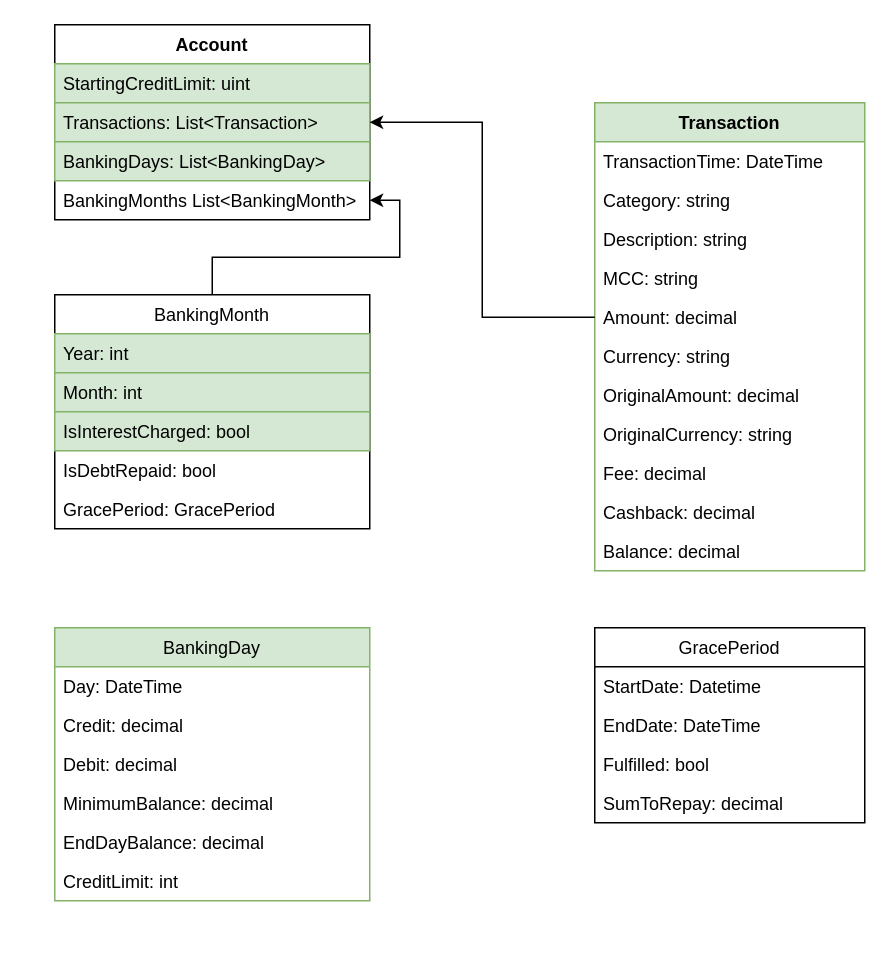
Before: Діаграма без назви.drawio in Yarkhimed/PercentageCalculator, a draw.io diagram. Source tidied: cells renumbered, new cells numbered last; positions are measured from the earlier drawing's top-left corner, leaving out a move shared by most shapes. Both pictures are drawn from the tidied source at 150%, with x=0, y=0 at pixel (54, 24).
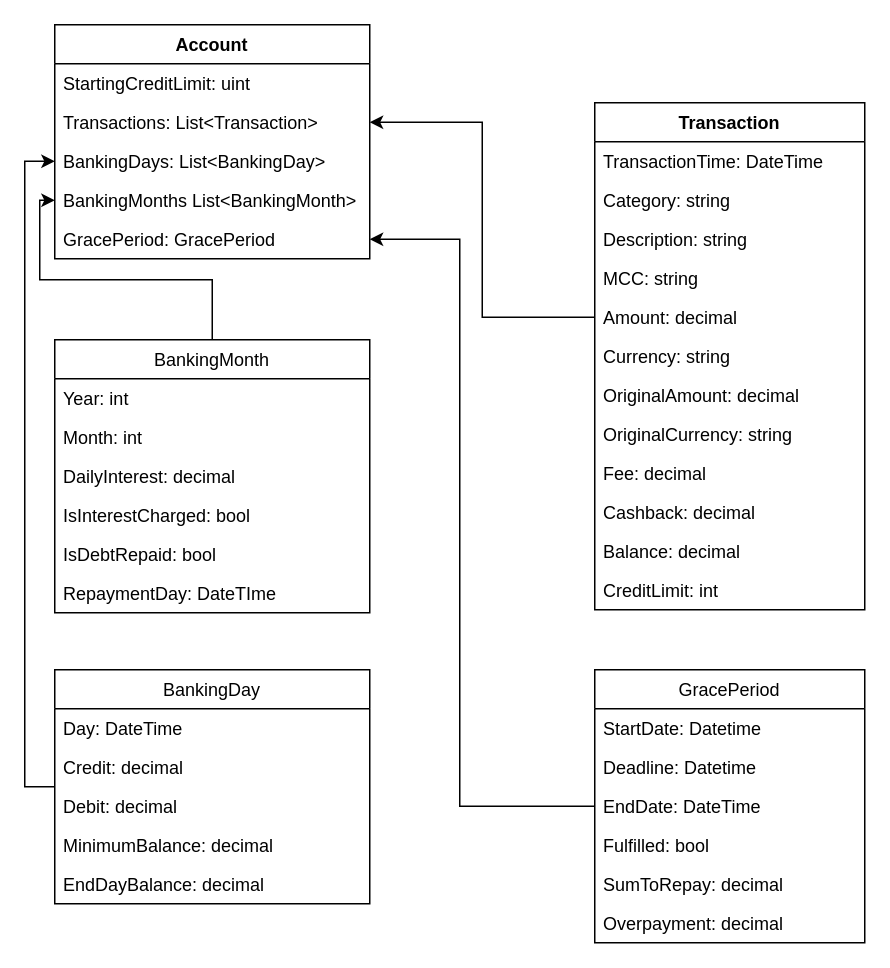
The same page after the edit.

What changed in the source:
```diff
@@
     <mxCell id="2" value="Account" style="swimlane;fontStyle=1;align=center;verticalAlign=top;horizontal=1;startSize=26;" parent="1" vertex="1">
-      <mxGeometry width="210" height="130" as="geometry" />
+      <mxGeometry width="210" height="156" as="geometry" />
     </mxCell>
-    <mxCell id="3" value="StartingCreditLimit: uint" style="text;strokeColor=#82b366;fillColor=#d5e8d4;align=left;verticalAlign=top;spacingLeft=4;spacingRight=4;overflow=hidden;" parent="2" vertex="1">
+    <mxCell id="3" value="StartingCreditLimit: uint" style="text;align=left;verticalAlign=top;spacingLeft=4;spacingRight=4;overflow=hidden;" parent="2" vertex="1">
       <mxGeometry y="26" width="210" height="26" as="geometry" />
     </mxCell>
-    <mxCell id="4" value="Transactions: List&lt;Transaction&gt;" style="text;strokeColor=#82b366;fillColor=#d5e8d4;align=left;verticalAlign=top;spacingLeft=4;spacingRight=4;overflow=hidden;points=[[0,0.5],[1,0.5]];portConstraint=eastwest;" parent="2" vertex="1">
+    <mxCell id="4" value="Transactions: List&lt;Transaction&gt;" style="text;align=left;verticalAlign=top;spacingLeft=4;spacingRight=4;overflow=hidden;points=[[0,0.5],[1,0.5]];portConstraint=eastwest;" parent="2" vertex="1">
       <mxGeometry y="52" width="210" height="26" as="geometry" />
     </mxCell>
-    <mxCell id="5" value="BankingDays: List&lt;BankingDay&gt;" style="text;strokeColor=#82b366;fillColor=#d5e8d4;align=left;verticalAlign=top;spacingLeft=4;spacingRight=4;overflow=hidden;points=[[0,0.5],[1,0.5]];portConstraint=eastwest;" parent="2" vertex="1">
+    <mxCell id="5" value="BankingDays: List&lt;BankingDay&gt;" style="text;align=left;verticalAlign=top;spacingLeft=4;spacingRight=4;overflow=hidden;points=[[0,0.5],[1,0.5]];portConstraint=eastwest;" parent="2" vertex="1">
       <mxGeometry y="78" width="210" height="26" as="geometry" />
     </mxCell>
-    <mxCell id="6" value="BankingMonths List&lt;BankingMonth&gt;" style="text;strokeColor=none;fillColor=none;align=left;verticalAlign=top;spacingLeft=4;spacingRight=4;overflow=hidden;points=[[0,0.5],[1,0.5]];portConstraint=eastwest;" parent="2" vertex="1">
+    <mxCell id="6" value="BankingMonths List&lt;BankingMonth&gt;" style="text;align=left;verticalAlign=top;spacingLeft=4;spacingRight=4;overflow=hidden;points=[[0,0.5],[1,0.5]];portConstraint=eastwest;" parent="2" vertex="1">
       <mxGeometry y="104" width="210" height="26" as="geometry" />
     </mxCell>
+    <mxCell id="25" value="GracePeriod: GracePeriod" style="text;align=left;verticalAlign=top;spacingLeft=4;spacingRight=4;overflow=hidden;points=[[0,0.5],[1,0.5]];portConstraint=eastwest;" parent="2" vertex="1">
+      <mxGeometry y="130" width="210" height="26" as="geometry" />
+    </mxCell>
-    <mxCell id="7" value="Transaction" style="swimlane;fontStyle=1;horizontal=1;startSize=26;fillColor=#d5e8d4;strokeColor=#82b366;" parent="1" vertex="1">
-      <mxGeometry x="360" y="52" width="180" height="312" as="geometry" />
+    <mxCell id="7" value="Transaction" style="swimlane;fontStyle=1;horizontal=1;startSize=26;" parent="1" vertex="1">
+      <mxGeometry x="360" y="52" width="180" height="338" as="geometry" />
     </mxCell>
-    <mxCell id="8" value="TransactionTime: DateTime    " style="text;strokeColor=none;fillColor=none;align=left;verticalAlign=top;spacingLeft=4;spacingRight=4;overflow=hidden;" parent="7" vertex="1">
+    <mxCell id="8" value="TransactionTime: DateTime    " style="text;align=left;verticalAlign=top;spacingLeft=4;spacingRight=4;overflow=hidden;" parent="7" vertex="1">
       <mxGeometry y="26" width="180" height="26" as="geometry" />
     </mxCell>
-    <mxCell id="9" value="Category: string" style="text;strokeColor=none;fillColor=none;align=left;verticalAlign=top;spacingLeft=4;spacingRight=4;overflow=hidden;" parent="7" vertex="1">
+    <mxCell id="9" value="Category: string" style="text;align=left;verticalAlign=top;spacingLeft=4;spacingRight=4;overflow=hidden;" parent="7" vertex="1">
       <mxGeometry y="52" width="180" height="26" as="geometry" />
     </mxCell>
-    <mxCell id="10" value="Description: string" style="text;strokeColor=none;fillColor=none;align=left;verticalAlign=top;spacingLeft=4;spacingRight=4;overflow=hidden;" parent="7" vertex="1">
+    <mxCell id="10" value="Description: string" style="text;align=left;verticalAlign=top;spacingLeft=4;spacingRight=4;overflow=hidden;" parent="7" vertex="1">
       <mxGeometry y="78" width="180" height="26" as="geometry" />
     </mxCell>
-    <mxCell id="11" value="MCC: string" style="text;strokeColor=none;fillColor=none;align=left;verticalAlign=top;spacingLeft=4;spacingRight=4;overflow=hidden;" parent="7" vertex="1">
+    <mxCell id="11" value="MCC: string" style="text;align=left;verticalAlign=top;spacingLeft=4;spacingRight=4;overflow=hidden;" parent="7" vertex="1">
       <mxGeometry y="104" width="180" height="26" as="geometry" />
     </mxCell>
-    <mxCell id="12" value="Amount: decimal" style="text;strokeColor=none;fillColor=none;align=left;verticalAlign=top;spacingLeft=4;spacingRight=4;overflow=hidden;points=[[0,0.5],[1,0.5]];portConstraint=eastwest;" parent="7" vertex="1">
+    <mxCell id="12" value="Amount: decimal" style="text;align=left;verticalAlign=top;spacingLeft=4;spacingRight=4;overflow=hidden;points=[[0,0.5],[1,0.5]];portConstraint=eastwest;" parent="7" vertex="1">
       <mxGeometry y="130" width="180" height="26" as="geometry" />
     </mxCell>
-    <mxCell id="13" value="Currency: string" style="text;strokeColor=none;fillColor=none;align=left;verticalAlign=top;spacingLeft=4;spacingRight=4;overflow=hidden;" parent="7" vertex="1">
+    <mxCell id="13" value="Currency: string" style="text;align=left;verticalAlign=top;spacingLeft=4;spacingRight=4;overflow=hidden;" parent="7" vertex="1">
       <mxGeometry y="156" width="180" height="26" as="geometry" />
     </mxCell>
-    <mxCell id="14" value="OriginalAmount: decimal" style="text;strokeColor=none;fillColor=none;align=left;verticalAlign=top;spacingLeft=4;spacingRight=4;overflow=hidden;" parent="7" vertex="1">
+    <mxCell id="14" value="OriginalAmount: decimal" style="text;align=left;verticalAlign=top;spacingLeft=4;spacingRight=4;overflow=hidden;" parent="7" vertex="1">
       <mxGeometry y="182" width="180" height="26" as="geometry" />
     </mxCell>
-    <mxCell id="15" value="OriginalCurrency: string" style="text;strokeColor=none;fillColor=none;align=left;verticalAlign=top;spacingLeft=4;spacingRight=4;overflow=hidden;" parent="7" vertex="1">
+    <mxCell id="15" value="OriginalCurrency: string" style="text;align=left;verticalAlign=top;spacingLeft=4;spacingRight=4;overflow=hidden;" parent="7" vertex="1">
       <mxGeometry y="208" width="180" height="26" as="geometry" />
     </mxCell>
-    <mxCell id="16" value="Fee: decimal" style="text;strokeColor=none;fillColor=none;align=left;verticalAlign=top;spacingLeft=4;spacingRight=4;overflow=hidden;" parent="7" vertex="1">
+    <mxCell id="16" value="Fee: decimal" style="text;align=left;verticalAlign=top;spacingLeft=4;spacingRight=4;overflow=hidden;" parent="7" vertex="1">
       <mxGeometry y="234" width="180" height="26" as="geometry" />
     </mxCell>
-    <mxCell id="17" value="Cashback: decimal" style="text;strokeColor=none;fillColor=none;align=left;verticalAlign=top;spacingLeft=4;spacingRight=4;overflow=hidden;" parent="7" vertex="1">
+    <mxCell id="17" value="Cashback: decimal" style="text;align=left;verticalAlign=top;spacingLeft=4;spacingRight=4;overflow=hidden;" parent="7" vertex="1">
       <mxGeometry y="260" width="180" height="26" as="geometry" />
     </mxCell>
-    <mxCell id="18" value="Balance: decimal" style="text;strokeColor=none;fillColor=none;align=left;verticalAlign=top;spacingLeft=4;spacingRight=4;overflow=hidden;" parent="7" vertex="1">
+    <mxCell id="18" value="Balance: decimal" style="text;align=left;verticalAlign=top;spacingLeft=4;spacingRight=4;overflow=hidden;" parent="7" vertex="1">
       <mxGeometry y="286" width="180" height="26" as="geometry" />
     </mxCell>
+    <mxCell id="33" value="CreditLimit: int" style="text;align=left;verticalAlign=top;spacingLeft=4;spacingRight=4;overflow=hidden;" parent="7" vertex="1">
+      <mxGeometry y="312" width="180" height="26" as="geometry" />
+    </mxCell>
     <mxCell id="19" style="edgeStyle=orthogonalEdgeStyle;rounded=0;jettySize=auto;html=1;" parent="1" edge="1" source="20" target="6">
-      <mxGeometry relative="1" as="geometry" />
+      <mxGeometry relative="1" as="geometry">
+        <Array as="points">
+          <mxPoint x="105" y="170" />
+          <mxPoint x="-10" y="170" />
+          <mxPoint x="-10" y="117" />
+        </Array>
+      </mxGeometry>
     </mxCell>
-    <mxCell id="20" value="BankingMonth" style="swimlane;fontStyle=0;horizontal=1;startSize=26;fillColor=none;" parent="1" vertex="1">
-      <mxGeometry y="180" width="210" height="156" as="geometry" />
+    <mxCell id="20" value="BankingMonth" style="swimlane;fontStyle=0;horizontal=1;startSize=26;" parent="1" vertex="1">
+      <mxGeometry y="210" width="210" height="182" as="geometry" />
     </mxCell>
-    <mxCell id="21" value="Year: int" style="text;strokeColor=#82b366;fillColor=#d5e8d4;align=left;verticalAlign=top;spacingLeft=4;spacingRight=4;overflow=hidden;" parent="20" vertex="1">
+    <mxCell id="21" value="Year: int" style="text;align=left;verticalAlign=top;spacingLeft=4;spacingRight=4;overflow=hidden;" parent="20" vertex="1">
       <mxGeometry y="26" width="210" height="26" as="geometry" />
     </mxCell>
-    <mxCell id="22" value="Month: int" style="text;strokeColor=#82b366;fillColor=#d5e8d4;align=left;verticalAlign=top;spacingLeft=4;spacingRight=4;overflow=hidden;" parent="20" vertex="1">
+    <mxCell id="22" value="Month: int" style="text;align=left;verticalAlign=top;spacingLeft=4;spacingRight=4;overflow=hidden;" parent="20" vertex="1">
       <mxGeometry y="52" width="210" height="26" as="geometry" />
     </mxCell>
+    <mxCell id="39" value="DailyInterest: decimal" style="text;align=left;verticalAlign=top;spacingLeft=4;spacingRight=4;overflow=hidden;" parent="20" vertex="1">
+      <mxGeometry y="78" width="210" height="26" as="geometry" />
+    </mxCell>
-    <mxCell id="23" value="IsInterestCharged: bool" style="text;strokeColor=#82b366;fillColor=#d5e8d4;align=left;verticalAlign=top;spacingLeft=4;spacingRight=4;overflow=hidden;" parent="20" vertex="1">
-      <mxGeometry y="78" width="210" height="26" as="geometry" />
+    <mxCell id="23" value="IsInterestCharged: bool" style="text;align=left;verticalAlign=top;spacingLeft=4;spacingRight=4;overflow=hidden;" parent="20" vertex="1">
+      <mxGeometry y="104" width="210" height="26" as="geometry" />
     </mxCell>
-    <mxCell id="24" value="IsDebtRepaid: bool" style="text;strokeColor=none;fillColor=none;align=left;verticalAlign=top;spacingLeft=4;spacingRight=4;overflow=hidden;" parent="20" vertex="1">
-      <mxGeometry y="104" width="210" height="26" as="geometry" />
+    <mxCell id="24" value="IsDebtRepaid: bool" style="text;align=left;verticalAlign=top;spacingLeft=4;spacingRight=4;overflow=hidden;" parent="20" vertex="1">
+      <mxGeometry y="130" width="210" height="26" as="geometry" />
     </mxCell>
-    <mxCell id="25" value="GracePeriod: GracePeriod" style="text;strokeColor=none;fillColor=none;align=left;verticalAlign=top;spacingLeft=4;spacingRight=4;overflow=hidden;points=[[0,0.5],[1,0.5]];portConstraint=eastwest;" parent="20" vertex="1">
-      <mxGeometry y="130" width="210" height="26" as="geometry" />
-    </mxCell>
+    <mxCell id="40" value="RepaymentDay: DateTIme" style="text;align=left;verticalAlign=top;spacingLeft=4;spacingRight=4;overflow=hidden;" parent="20" vertex="1">
+      <mxGeometry y="156" width="210" height="26" as="geometry" />
+    </mxCell>
@@
+    <mxCell id="41" style="edgeStyle=orthogonalEdgeStyle;rounded=0;jettySize=auto;html=1;entryX=0;entryY=0.5;entryDx=0;entryDy=0;" parent="1" edge="1" source="27" target="5">
+      <mxGeometry relative="1" as="geometry">
+        <Array as="points">
+          <mxPoint x="-20" y="508" />
+          <mxPoint x="-20" y="91" />
+        </Array>
+      </mxGeometry>
+    </mxCell>
-    <mxCell id="27" value="BankingDay" style="swimlane;fontStyle=0;horizontal=1;startSize=26;fillColor=#d5e8d4;strokeColor=#82b366;" parent="1" vertex="1">
-      <mxGeometry y="402" width="210" height="182" as="geometry" />
+    <mxCell id="27" value="BankingDay" style="swimlane;fontStyle=0;horizontal=1;startSize=26;" parent="1" vertex="1">
+      <mxGeometry y="430" width="210" height="156" as="geometry" />
     </mxCell>
-    <mxCell id="28" value="Day: DateTime" style="text;strokeColor=none;fillColor=none;align=left;verticalAlign=top;spacingLeft=4;spacingRight=4;overflow=hidden;" parent="27" vertex="1">
+    <mxCell id="28" value="Day: DateTime" style="text;align=left;verticalAlign=top;spacingLeft=4;spacingRight=4;overflow=hidden;" parent="27" vertex="1">
       <mxGeometry y="26" width="210" height="26" as="geometry" />
     </mxCell>
-    <mxCell id="29" value="Credit: decimal" style="text;strokeColor=none;fillColor=none;align=left;verticalAlign=top;spacingLeft=4;spacingRight=4;overflow=hidden;" parent="27" vertex="1">
+    <mxCell id="29" value="Credit: decimal" style="text;align=left;verticalAlign=top;spacingLeft=4;spacingRight=4;overflow=hidden;" parent="27" vertex="1">
       <mxGeometry y="52" width="210" height="26" as="geometry" />
     </mxCell>
-    <mxCell id="30" value="Debit: decimal" style="text;strokeColor=none;fillColor=none;align=left;verticalAlign=top;spacingLeft=4;spacingRight=4;overflow=hidden;" parent="27" vertex="1">
+    <mxCell id="30" value="Debit: decimal" style="text;align=left;verticalAlign=top;spacingLeft=4;spacingRight=4;overflow=hidden;" parent="27" vertex="1">
       <mxGeometry y="78" width="210" height="26" as="geometry" />
     </mxCell>
-    <mxCell id="31" value="MinimumBalance: decimal" style="text;strokeColor=none;fillColor=none;align=left;verticalAlign=top;spacingLeft=4;spacingRight=4;overflow=hidden;" parent="27" vertex="1">
+    <mxCell id="31" value="MinimumBalance: decimal" style="text;align=left;verticalAlign=top;spacingLeft=4;spacingRight=4;overflow=hidden;" parent="27" vertex="1">
       <mxGeometry y="104" width="210" height="26" as="geometry" />
     </mxCell>
-    <mxCell id="32" value="EndDayBalance: decimal" style="text;strokeColor=none;fillColor=none;align=left;verticalAlign=top;spacingLeft=4;spacingRight=4;overflow=hidden;" parent="27" vertex="1">
+    <mxCell id="32" value="EndDayBalance: decimal" style="text;align=left;verticalAlign=top;spacingLeft=4;spacingRight=4;overflow=hidden;" parent="27" vertex="1">
       <mxGeometry y="130" width="210" height="26" as="geometry" />
     </mxCell>
-    <mxCell id="33" value="CreditLimit: int" style="text;strokeColor=none;fillColor=none;align=left;verticalAlign=top;spacingLeft=4;spacingRight=4;overflow=hidden;" parent="27" vertex="1">
-      <mxGeometry y="156" width="210" height="26" as="geometry" />
-    </mxCell>
+    <mxCell id="42" style="edgeStyle=orthogonalEdgeStyle;rounded=0;jettySize=auto;html=1;entryX=1;entryY=0.5;entryDx=0;entryDy=0;" parent="1" edge="1" source="34" target="25">
+      <mxGeometry relative="1" as="geometry">
+        <Array as="points">
+          <mxPoint x="270" y="521" />
+          <mxPoint x="270" y="143" />
+        </Array>
+      </mxGeometry>
+    </mxCell>
-    <mxCell id="34" value="GracePeriod" style="swimlane;fontStyle=0;horizontal=1;startSize=26;fillColor=none;" parent="1" vertex="1">
-      <mxGeometry x="360" y="402" width="180" height="130" as="geometry" />
+    <mxCell id="34" value="GracePeriod" style="swimlane;fontStyle=0;horizontal=1;startSize=26;" parent="1" vertex="1">
+      <mxGeometry x="360" y="430" width="180" height="182" as="geometry" />
     </mxCell>
-    <mxCell id="35" value="StartDate: Datetime" style="text;strokeColor=none;fillColor=none;align=left;verticalAlign=top;spacingLeft=4;spacingRight=4;overflow=hidden;" parent="34" vertex="1">
+    <mxCell id="35" value="StartDate: Datetime" style="text;align=left;verticalAlign=top;spacingLeft=4;spacingRight=4;overflow=hidden;" parent="34" vertex="1">
       <mxGeometry y="26" width="180" height="26" as="geometry" />
     </mxCell>
+    <mxCell id="43" value="Deadline: Datetime" style="text;align=left;verticalAlign=top;spacingLeft=4;spacingRight=4;overflow=hidden;" parent="34" vertex="1">
+      <mxGeometry y="52" width="180" height="26" as="geometry" />
+    </mxCell>
-    <mxCell id="36" value="EndDate: DateTime" style="text;strokeColor=none;fillColor=none;align=left;verticalAlign=top;spacingLeft=4;spacingRight=4;overflow=hidden;" parent="34" vertex="1">
-      <mxGeometry y="52" width="180" height="26" as="geometry" />
+    <mxCell id="36" value="EndDate: DateTime" style="text;align=left;verticalAlign=top;spacingLeft=4;spacingRight=4;overflow=hidden;" parent="34" vertex="1">
+      <mxGeometry y="78" width="180" height="26" as="geometry" />
     </mxCell>
-    <mxCell id="37" value="Fulfilled: bool" style="text;strokeColor=none;fillColor=none;align=left;verticalAlign=top;spacingLeft=4;spacingRight=4;overflow=hidden;" parent="34" vertex="1">
-      <mxGeometry y="78" width="180" height="26" as="geometry" />
+    <mxCell id="37" value="Fulfilled: bool" style="text;align=left;verticalAlign=top;spacingLeft=4;spacingRight=4;overflow=hidden;" parent="34" vertex="1">
+      <mxGeometry y="104" width="180" height="26" as="geometry" />
     </mxCell>
-    <mxCell id="38" value="SumToRepay: decimal" style="text;strokeColor=none;fillColor=none;align=left;verticalAlign=top;spacingLeft=4;spacingRight=4;overflow=hidden;" parent="34" vertex="1">
-      <mxGeometry y="104" width="180" height="26" as="geometry" />
+    <mxCell id="38" value="SumToRepay: decimal" style="text;align=left;verticalAlign=top;spacingLeft=4;spacingRight=4;overflow=hidden;" parent="34" vertex="1">
+      <mxGeometry y="130" width="180" height="26" as="geometry" />
     </mxCell>
+    <mxCell id="44" value="Overpayment: decimal" style="text;align=left;verticalAlign=top;spacingLeft=4;spacingRight=4;overflow=hidden;" parent="34" vertex="1">
+      <mxGeometry y="156" width="180" height="26" as="geometry" />
+    </mxCell>
```
